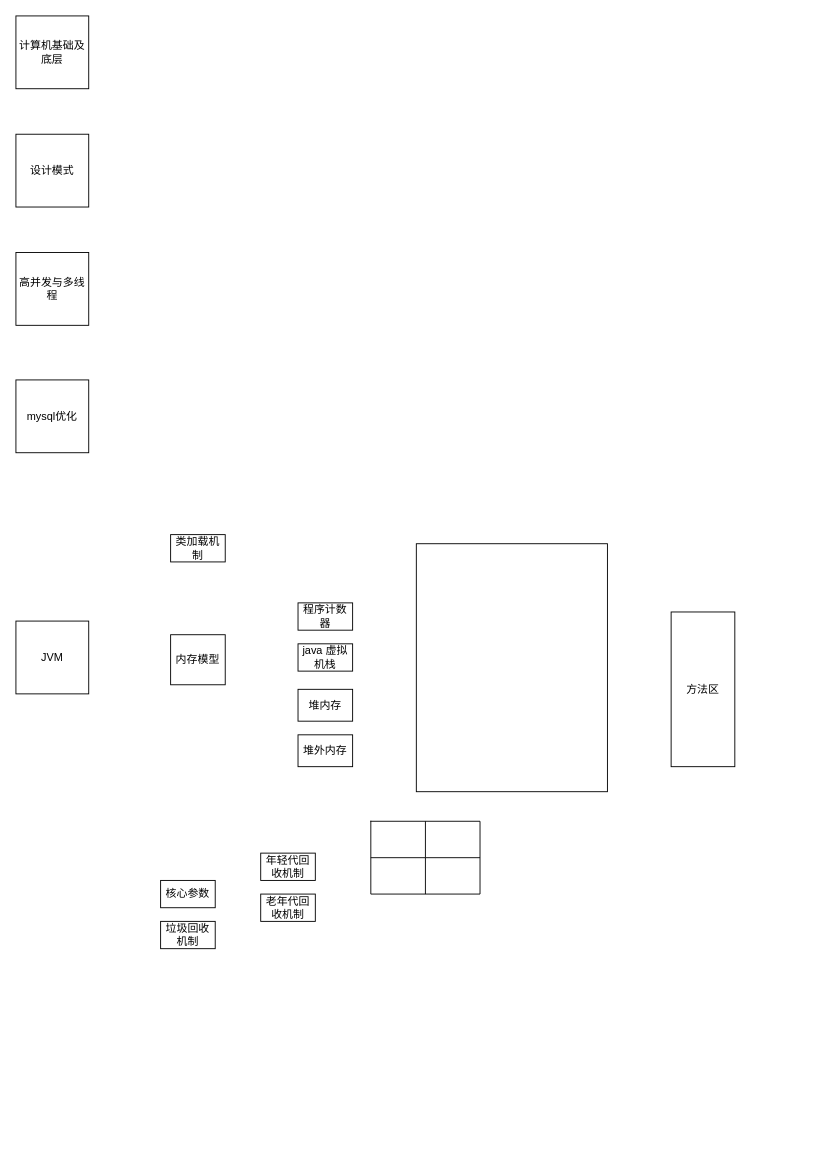
Earlier version of the draw.io diagram 提纲.drawio (yuchunyi/test1). Source tidied: cells renumbered, new cells numbered last; positions are measured from the earlier drawing's top-left corner, leaving out a move shared by most shapes. Both pictures are drawn from the tidied source at 91%, with x=0, y=0 at pixel (15, 15).
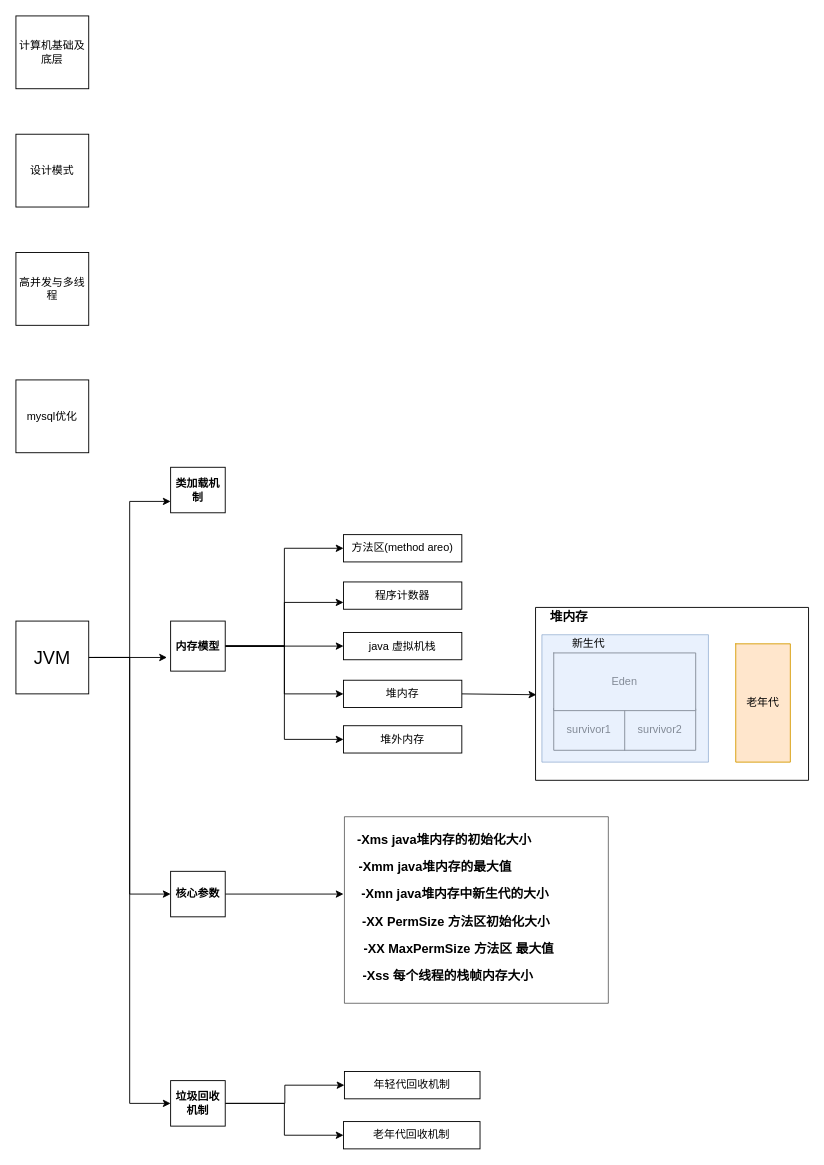
The same page after the edit.

Change to the diagram source:
```diff
@@
+    <mxCell id="26" style="edgeStyle=orthogonalEdgeStyle;rounded=0;jettySize=auto;html=1;entryX=0;entryY=0.75;entryDx=0;entryDy=0;fontSize=14;" parent="1" edge="1" source="6" target="15">
+      <mxGeometry relative="1" as="geometry" />
+    </mxCell>
+    <mxCell id="27" style="edgeStyle=orthogonalEdgeStyle;rounded=0;orthogonalLoop=1;jettySize=auto;html=1;fontSize=14;" parent="1" edge="1">
+      <mxGeometry relative="1" as="geometry">
+        <mxPoint x="86" y="705" as="sourcePoint" />
+        <mxPoint x="166" y="705" as="targetPoint" />
+      </mxGeometry>
+    </mxCell>
+    <mxCell id="28" style="edgeStyle=orthogonalEdgeStyle;rounded=0;jettySize=auto;html=1;exitX=1;exitY=0.5;exitDx=0;exitDy=0;entryX=0;entryY=0.5;entryDx=0;entryDy=0;fontSize=14;" parent="1" edge="1" source="6" target="8">
+      <mxGeometry relative="1" as="geometry" />
+    </mxCell>
+    <mxCell id="29" style="edgeStyle=orthogonalEdgeStyle;rounded=0;jettySize=auto;html=1;entryX=0;entryY=0.5;entryDx=0;entryDy=0;fontSize=14;" parent="1" edge="1" source="6" target="9">
+      <mxGeometry relative="1" as="geometry" />
+    </mxCell>
-    <mxCell id="6" value="JVM" style="whiteSpace=wrap;html=1;" parent="1" vertex="1">
+    <mxCell id="6" value="&lt;font style=&quot;font-size: 20px&quot;&gt;JVM&lt;/font&gt;" style="whiteSpace=wrap;html=1;" parent="1" vertex="1">
       <mxGeometry y="665" width="80" height="80" as="geometry" />
     </mxCell>
+    <mxCell id="30" style="edgeStyle=orthogonalEdgeStyle;rounded=0;jettySize=auto;html=1;entryX=0;entryY=0.5;entryDx=0;entryDy=0;fontSize=14;" parent="1" edge="1" source="7" target="39">
+      <mxGeometry relative="1" as="geometry" />
+    </mxCell>
+    <mxCell id="31" style="edgeStyle=orthogonalEdgeStyle;rounded=0;jettySize=auto;html=1;entryX=0;entryY=0.75;entryDx=0;entryDy=0;fontSize=14;" parent="1" edge="1" source="7" target="17">
+      <mxGeometry relative="1" as="geometry" />
+    </mxCell>
+    <mxCell id="32" style="edgeStyle=none;rounded=0;jettySize=auto;html=1;exitX=1;exitY=0.5;exitDx=0;exitDy=0;entryX=0;entryY=0.5;entryDx=0;entryDy=0;fontSize=14;" parent="1" edge="1" source="7" target="14">
+      <mxGeometry relative="1" as="geometry" />
+    </mxCell>
+    <mxCell id="33" style="edgeStyle=orthogonalEdgeStyle;rounded=0;jettySize=auto;html=1;entryX=0;entryY=0.5;entryDx=0;entryDy=0;fontSize=14;" parent="1" edge="1" source="7" target="13">
+      <mxGeometry relative="1" as="geometry" />
+    </mxCell>
+    <mxCell id="34" style="edgeStyle=orthogonalEdgeStyle;rounded=0;jettySize=auto;html=1;entryX=0;entryY=0.5;entryDx=0;entryDy=0;fontSize=14;" parent="1" edge="1" source="7" target="16">
+      <mxGeometry relative="1" as="geometry" />
+    </mxCell>
-    <mxCell id="7" value="内存模型" style="rounded=0;whiteSpace=wrap;html=1;" parent="1" vertex="1">
-      <mxGeometry x="170" y="680" width="60" height="55" as="geometry" />
+    <mxCell id="7" value="&lt;b&gt;内存模型&lt;/b&gt;" style="rounded=0;whiteSpace=wrap;html=1;" parent="1" vertex="1">
+      <mxGeometry x="170" y="665" width="60" height="55" as="geometry" />
     </mxCell>
+    <mxCell id="35" style="edgeStyle=none;rounded=0;jettySize=auto;html=1;fontSize=14;" parent="1" edge="1" source="8">
+      <mxGeometry relative="1" as="geometry">
+        <mxPoint x="360" y="965" as="targetPoint" />
+      </mxGeometry>
+    </mxCell>
-    <mxCell id="8" value="核心参数" style="rounded=0;whiteSpace=wrap;html=1;" parent="1" vertex="1">
-      <mxGeometry x="159" y="950" width="60" height="30" as="geometry" />
+    <mxCell id="8" value="&lt;b&gt;核心参数&lt;/b&gt;" style="rounded=0;whiteSpace=wrap;html=1;" parent="1" vertex="1">
+      <mxGeometry x="170" y="940" width="60" height="50" as="geometry" />
     </mxCell>
+    <mxCell id="36" style="edgeStyle=orthogonalEdgeStyle;rounded=0;jettySize=auto;html=1;exitX=1;exitY=0.5;exitDx=0;exitDy=0;entryX=0;entryY=0.5;entryDx=0;entryDy=0;fontSize=14;" parent="1" edge="1" source="9" target="10">
+      <mxGeometry relative="1" as="geometry" />
+    </mxCell>
+    <mxCell id="37" style="edgeStyle=orthogonalEdgeStyle;rounded=0;jettySize=auto;html=1;entryX=0;entryY=0.5;entryDx=0;entryDy=0;fontSize=14;" parent="1" edge="1" source="9" target="11">
+      <mxGeometry relative="1" as="geometry" />
+    </mxCell>
-    <mxCell id="9" value="垃圾回收机制" style="rounded=0;whiteSpace=wrap;html=1;" parent="1" vertex="1">
-      <mxGeometry x="159" y="995" width="60" height="30" as="geometry" />
+    <mxCell id="9" value="&lt;b&gt;垃圾回收机制&lt;/b&gt;" style="rounded=0;whiteSpace=wrap;html=1;" parent="1" vertex="1">
+      <mxGeometry x="170" y="1170" width="60" height="50" as="geometry" />
     </mxCell>
     <mxCell id="10" value="年轻代回收机制" style="rounded=0;whiteSpace=wrap;html=1;" parent="1" vertex="1">
-      <mxGeometry x="269" y="920" width="60" height="30" as="geometry" />
+      <mxGeometry x="361" y="1160" width="149" height="30" as="geometry" />
     </mxCell>
     <mxCell id="11" value="老年代回收机制" style="rounded=0;whiteSpace=wrap;html=1;" parent="1" vertex="1">
-      <mxGeometry x="269" y="965" width="60" height="30" as="geometry" />
+      <mxGeometry x="360" y="1215" width="150" height="30" as="geometry" />
     </mxCell>
-    <mxCell id="12" value="方法区" style="rounded=0;whiteSpace=wrap;html=1;" parent="1" vertex="1">
-      <mxGeometry x="720" y="655" width="70" height="170" as="geometry" />
-    </mxCell>
+    <mxCell id="38" style="edgeStyle=none;rounded=0;jettySize=auto;html=1;exitX=1;exitY=0.5;exitDx=0;exitDy=0;entryX=0.003;entryY=0.505;entryDx=0;entryDy=0;entryPerimeter=0;fontSize=14;" parent="1" edge="1" source="13" target="52">
+      <mxGeometry relative="1" as="geometry" />
+    </mxCell>
     <mxCell id="13" value="堆内存" style="rounded=0;whiteSpace=wrap;html=1;" parent="1" vertex="1">
-      <mxGeometry x="310" y="740" width="60" height="35" as="geometry" />
+      <mxGeometry x="360" y="730" width="130" height="30" as="geometry" />
     </mxCell>
     <mxCell id="14" value="java 虚拟机栈" style="rounded=0;whiteSpace=wrap;html=1;" parent="1" vertex="1">
-      <mxGeometry x="310" y="690" width="60" height="30" as="geometry" />
+      <mxGeometry x="360" y="677.5" width="130" height="30" as="geometry" />
     </mxCell>
-    <mxCell id="15" value="类加载机制" style="rounded=0;whiteSpace=wrap;html=1;" parent="1" vertex="1">
-      <mxGeometry x="170" y="570" width="60" height="30" as="geometry" />
+    <mxCell id="15" value="&lt;b&gt;类加载机制&lt;/b&gt;" style="rounded=0;whiteSpace=wrap;html=1;" parent="1" vertex="1">
+      <mxGeometry x="170" y="496" width="60" height="50" as="geometry" />
     </mxCell>
     <mxCell id="16" value="堆外内存" style="rounded=0;whiteSpace=wrap;html=1;" parent="1" vertex="1">
-      <mxGeometry x="310" y="790" width="60" height="35" as="geometry" />
+      <mxGeometry x="360" y="780" width="130" height="30" as="geometry" />
     </mxCell>
     <mxCell id="17" value="程序计数器" style="rounded=0;whiteSpace=wrap;html=1;" parent="1" vertex="1">
-      <mxGeometry x="310" y="645" width="60" height="30" as="geometry" />
+      <mxGeometry x="360" y="622" width="130" height="30" as="geometry" />
     </mxCell>
-    <mxCell id="18" style="rounded=0;whiteSpace=wrap;html=1;fillColor=none;" parent="1" vertex="1">
-      <mxGeometry x="440" y="580" width="210" height="272.5" as="geometry" />
-    </mxCell>
-    <mxCell id="19" style="shape=table;html=1;whiteSpace=wrap;startSize=0;childLayout=tableLayout;" parent="1" vertex="1">
-      <mxGeometry x="390" y="885" width="120" height="80" as="geometry" />
-    </mxCell>
-    <mxCell id="20" style="shape=partialRectangle;html=1;whiteSpace=wrap;fillColor=none;top=0;left=0;bottom=0;right=0;shadow=1;" parent="19" vertex="1">
-      <mxGeometry width="120" height="40" as="geometry" />
-    </mxCell>
-    <mxCell id="21" style="shape=partialRectangle;html=1;whiteSpace=wrap;overflow=hidden;fillColor=none;top=0;left=0;bottom=0;right=0;noLabel=0;" parent="20" vertex="1">
-      <mxGeometry width="60" height="40" as="geometry" />
-    </mxCell>
-    <mxCell id="22" style="shape=partialRectangle;html=1;whiteSpace=wrap;overflow=hidden;fillColor=none;top=0;left=0;bottom=0;right=0;noLabel=0;" parent="20" vertex="1">
-      <mxGeometry x="60" width="60" height="40" as="geometry" />
-    </mxCell>
-    <mxCell id="23" style="shape=partialRectangle;html=1;whiteSpace=wrap;fillColor=none;top=0;left=0;bottom=0;right=0;" parent="19" vertex="1">
-      <mxGeometry y="40" width="120" height="40" as="geometry" />
-    </mxCell>
-    <mxCell id="24" style="shape=partialRectangle;html=1;whiteSpace=wrap;overflow=hidden;fillColor=none;top=0;left=0;bottom=0;right=0;" parent="23" vertex="1">
-      <mxGeometry width="60" height="40" as="geometry" />
-    </mxCell>
-    <mxCell id="25" style="shape=partialRectangle;html=1;whiteSpace=wrap;overflow=hidden;fillColor=none;top=0;left=0;bottom=0;right=0;" parent="23" vertex="1">
-      <mxGeometry x="60" width="60" height="40" as="geometry" />
-    </mxCell>
+    <mxCell id="39" value="方法区(method areo)" style="rounded=0;whiteSpace=wrap;html=1;" parent="1" vertex="1">
+      <mxGeometry x="360" y="570" width="130" height="30" as="geometry" />
+    </mxCell>
+    <mxCell id="40" style="shape=table;html=1;whiteSpace=wrap;startSize=0;childLayout=tableLayout;" parent="1" vertex="1">
+      <mxGeometry x="591" y="761.4" width="156" height="45.6" as="geometry" />
+    </mxCell>
+    <mxCell id="41" style="shape=partialRectangle;html=1;whiteSpace=wrap;fillColor=none;top=0;left=0;bottom=0;right=0;" parent="40" vertex="1">
+      <mxGeometry width="156" height="46" as="geometry" />
+    </mxCell>
+    <mxCell id="42" value="survivor1" style="shape=partialRectangle;html=1;whiteSpace=wrap;overflow=hidden;fillColor=none;top=0;left=0;bottom=0;right=0;" parent="41" vertex="1">
+      <mxGeometry width="78" height="46" as="geometry" />
+    </mxCell>
+    <mxCell id="43" value="survivor2" style="shape=partialRectangle;html=1;whiteSpace=wrap;overflow=hidden;fillColor=none;top=0;left=0;bottom=0;right=0;" parent="41" vertex="1">
+      <mxGeometry x="78" width="78" height="46" as="geometry" />
+    </mxCell>
+    <mxCell id="44" style="shape=table;html=1;whiteSpace=wrap;startSize=0;childLayout=tableLayout;" parent="1" vertex="1">
+      <mxGeometry x="591" y="700" width="156" height="63.4" as="geometry" />
+    </mxCell>
+    <mxCell id="45" style="shape=partialRectangle;html=1;whiteSpace=wrap;fillColor=none;top=0;left=0;bottom=0;right=0;" parent="44" vertex="1">
+      <mxGeometry width="156" height="63" as="geometry" />
+    </mxCell>
+    <mxCell id="46" value="Eden" style="shape=partialRectangle;html=1;whiteSpace=wrap;overflow=hidden;fillColor=none;top=0;left=0;bottom=0;right=0;" parent="45" vertex="1">
+      <mxGeometry width="156" height="63" as="geometry" />
+    </mxCell>
+    <mxCell id="47" style="shape=table;html=1;whiteSpace=wrap;startSize=0;childLayout=tableLayout;fillColor=#ffe6cc;strokeColor=#d79b00;" parent="1" vertex="1">
+      <mxGeometry x="791" y="690" width="60" height="130" as="geometry" />
+    </mxCell>
+    <mxCell id="48" style="shape=partialRectangle;html=1;whiteSpace=wrap;fillColor=none;top=0;left=0;bottom=0;right=0;" parent="47" vertex="1">
+      <mxGeometry width="60" height="130" as="geometry" />
+    </mxCell>
+    <mxCell id="49" value="老年代" style="shape=partialRectangle;html=1;whiteSpace=wrap;overflow=hidden;fillColor=none;top=0;left=0;bottom=0;right=0;" parent="48" vertex="1">
+      <mxGeometry width="60" height="130" as="geometry" />
+    </mxCell>
+    <mxCell id="50" style="verticalLabelPosition=bottom;verticalAlign=top;html=1;shape=mxgraph.basic.rect;fillColor2=none;strokeWidth=1;size=20;indent=5;fillColor=#dae8fc;strokeColor=#6c8ebf;opacity=60;" parent="1" vertex="1">
+      <mxGeometry x="578" y="680" width="183" height="140" as="geometry" />
+    </mxCell>
+    <mxCell id="51" value="新生代" style="text;html=1;align=center;verticalAlign=middle;" parent="1" vertex="1">
+      <mxGeometry x="604" y="680" width="50" height="20" as="geometry" />
+    </mxCell>
+    <mxCell id="52" style="verticalLabelPosition=bottom;verticalAlign=top;html=1;shape=mxgraph.basic.rect;fillColor2=none;strokeWidth=1;size=20;indent=5;fillColor=none;" parent="1" vertex="1">
+      <mxGeometry x="571" y="650" width="300" height="190" as="geometry" />
+    </mxCell>
+    <mxCell id="53" value="&lt;b&gt;堆内存&lt;/b&gt;" style="text;html=1;strokeColor=none;fillColor=none;align=center;verticalAlign=middle;whiteSpace=wrap;rounded=0;fontSize=14;opacity=60;" parent="1" vertex="1">
+      <mxGeometry x="578" y="650" width="60" height="20" as="geometry" />
+    </mxCell>
+    <mxCell id="54" style="verticalLabelPosition=bottom;verticalAlign=top;html=1;shape=mxgraph.basic.rect;fillColor2=none;strokeWidth=1;size=20;indent=5;fillColor=none;fontSize=14;opacity=60;align=left;" parent="1" vertex="1">
+      <mxGeometry x="361" y="880" width="290" height="205" as="geometry" />
+    </mxCell>
+    <mxCell id="55" value="&lt;div style=&quot;text-align: left ; line-height: 1.75&quot;&gt;-Xms  java堆内存的初始化大小&lt;/div&gt;" style="text;html=1;strokeColor=none;fillColor=none;align=center;verticalAlign=middle;whiteSpace=wrap;rounded=0;fontSize=14;opacity=60;fontStyle=1;" parent="1" vertex="1">
+      <mxGeometry x="371" y="895" width="200" height="20" as="geometry" />
+    </mxCell>
+    <mxCell id="56" value="&lt;div style=&quot;text-align: left ; line-height: 1.75&quot;&gt;-Xmm java堆内存的最大值&lt;/div&gt;" style="text;html=1;strokeColor=none;fillColor=none;align=center;verticalAlign=middle;whiteSpace=wrap;rounded=0;fontSize=14;opacity=60;fontStyle=1;" parent="1" vertex="1">
+      <mxGeometry x="361" y="925" width="200" height="20" as="geometry" />
+    </mxCell>
+    <mxCell id="57" value="&lt;div style=&quot;text-align: left ; line-height: 1.75&quot;&gt;-Xmn java堆内存中新生代的大小&lt;/div&gt;" style="text;html=1;strokeColor=none;fillColor=none;align=center;verticalAlign=middle;whiteSpace=wrap;rounded=0;fontSize=14;opacity=60;fontStyle=1;" parent="1" vertex="1">
+      <mxGeometry x="368" y="955" width="230" height="20" as="geometry" />
+    </mxCell>
+    <mxCell id="58" value="&lt;div style=&quot;text-align: left ; line-height: 1.75&quot;&gt;&lt;div style=&quot;line-height: 1.75&quot;&gt;-XX PermSize 方法区初始化大小&lt;/div&gt;&lt;/div&gt;" style="text;html=1;strokeColor=none;fillColor=none;align=center;verticalAlign=middle;whiteSpace=wrap;rounded=0;fontSize=14;opacity=60;fontStyle=1;" parent="1" vertex="1">
+      <mxGeometry x="369" y="986" width="230" height="20" as="geometry" />
+    </mxCell>
+    <mxCell id="59" value="&lt;div style=&quot;text-align: left ; line-height: 1.75&quot;&gt;&lt;div style=&quot;line-height: 1.75&quot;&gt;-XX MaxPermSize 方法区 最大值&lt;/div&gt;&lt;/div&gt;" style="text;html=1;strokeColor=none;fillColor=none;align=center;verticalAlign=middle;whiteSpace=wrap;rounded=0;fontSize=14;opacity=60;fontStyle=1;" parent="1" vertex="1">
+      <mxGeometry x="372" y="1015" width="230" height="20" as="geometry" />
+    </mxCell>
+    <mxCell id="60" value="&lt;div style=&quot;text-align: left ; line-height: 1.75&quot;&gt;&lt;div style=&quot;line-height: 1.75&quot;&gt;&lt;div style=&quot;line-height: 1.75&quot;&gt;-Xss   每个线程的栈帧内存大小&lt;/div&gt;&lt;/div&gt;&lt;/div&gt;" style="text;html=1;strokeColor=none;fillColor=none;align=center;verticalAlign=middle;whiteSpace=wrap;rounded=0;fontSize=14;opacity=60;fontStyle=1;" parent="1" vertex="1">
+      <mxGeometry x="360" y="1045" width="230" height="20" as="geometry" />
+    </mxCell>
```
